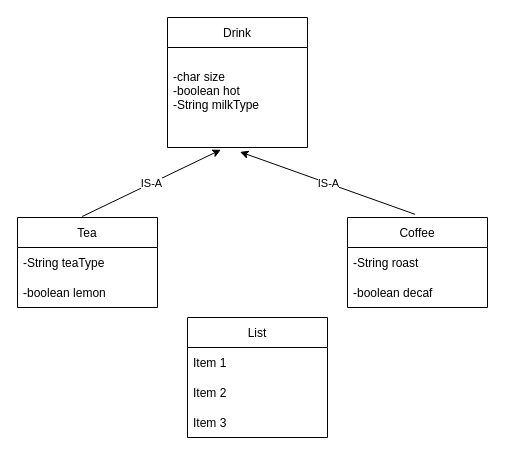
The draw.io diagram UMLDiagram.drawio in serenad96/Group-Project, before the edit. Source tidied: cells renumbered, new cells numbered last; positions are measured from the earlier drawing's top-left corner, leaving out a move shared by most shapes. Both pictures are drawn from the tidied source at 100%, with x=0, y=0 at pixel (17, 17).
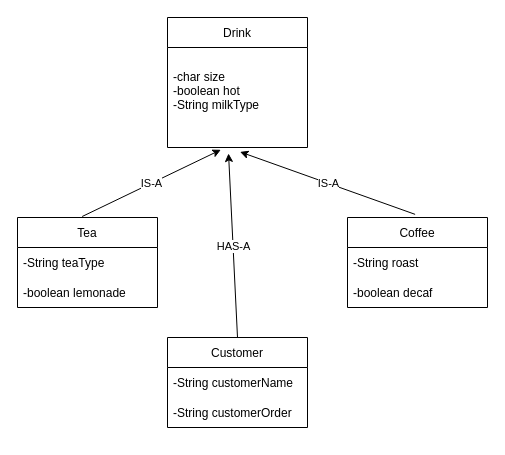
The same diagram, later.

The edit, as a diff of the source:
```diff
@@
 <mxGraphModel>
   <root>
     <mxCell id="0" />
     <mxCell id="1" parent="0" />
     <mxCell id="2" value="Drink" style="swimlane;fontStyle=0;horizontal=1;startSize=30;" parent="1" vertex="1">
       <mxGeometry x="150" width="140" height="130" as="geometry" />
     </mxCell>
     <mxCell id="3" value="-char size&#10;-boolean hot&#10;-String milkType&#10;" style="text;strokeColor=none;fillColor=none;align=left;verticalAlign=middle;spacingLeft=4;spacingRight=4;overflow=hidden;points=[[0,0.5],[1,0.5]];portConstraint=eastwest;" parent="2" vertex="1">
       <mxGeometry y="30" width="140" height="100" as="geometry" />
     </mxCell>
     <mxCell id="4" value="Tea" style="swimlane;fontStyle=0;horizontal=1;startSize=30;" parent="1" vertex="1">
       <mxGeometry y="200" width="140" height="90" as="geometry" />
     </mxCell>
     <mxCell id="5" value="-String teaType" style="text;strokeColor=none;fillColor=none;align=left;verticalAlign=middle;spacingLeft=4;spacingRight=4;overflow=hidden;" parent="4" vertex="1">
       <mxGeometry y="30" width="140" height="30" as="geometry" />
     </mxCell>
-    <mxCell id="6" value="-boolean lemon" style="text;strokeColor=none;fillColor=none;align=left;verticalAlign=middle;spacingLeft=4;spacingRight=4;overflow=hidden;" parent="4" vertex="1">
+    <mxCell id="6" value="-boolean lemonade" style="text;strokeColor=none;fillColor=none;align=left;verticalAlign=middle;spacingLeft=4;spacingRight=4;overflow=hidden;" parent="4" vertex="1">
       <mxGeometry y="60" width="140" height="30" as="geometry" />
     </mxCell>
     <mxCell id="7" value="IS-A" style="endArrow=classic;html=1;rounded=0;exitX=0.462;exitY=-0.011;exitDx=0;exitDy=0;exitPerimeter=0;entryX=0.381;entryY=1.023;entryDx=0;entryDy=0;entryPerimeter=0;" parent="1" edge="1" source="4" target="3">
       <mxGeometry relative="1" as="geometry" />
     </mxCell>
     <mxCell id="8" value="Coffee" style="swimlane;fontStyle=0;horizontal=1;startSize=30;" parent="1" vertex="1">
       <mxGeometry x="330" y="200" width="140" height="90" as="geometry" />
     </mxCell>
     <mxCell id="9" value="-String roast" style="text;strokeColor=none;fillColor=none;align=left;verticalAlign=middle;spacingLeft=4;spacingRight=4;overflow=hidden;" parent="8" vertex="1">
       <mxGeometry y="30" width="140" height="30" as="geometry" />
     </mxCell>
     <mxCell id="10" value="-boolean decaf" style="text;strokeColor=none;fillColor=none;align=left;verticalAlign=middle;spacingLeft=4;spacingRight=4;overflow=hidden;" parent="8" vertex="1">
       <mxGeometry y="60" width="140" height="30" as="geometry" />
     </mxCell>
     <mxCell id="11" style="endArrow=classic;html=1;rounded=0;exitX=0.483;exitY=-0.035;exitDx=0;exitDy=0;exitPerimeter=0;entryX=0.518;entryY=1.044;entryDx=0;entryDy=0;entryPerimeter=0;" parent="1" edge="1" source="8" target="3">
       <mxGeometry relative="1" as="geometry" />
     </mxCell>
     <mxCell id="12" value="IS-A" style="edgeLabel;html=1;align=center;verticalAlign=middle;" parent="11" vertex="1">
       <mxGeometry relative="1" as="geometry" />
     </mxCell>
-    <mxCell id="13" value="List" style="swimlane;fontStyle=0;horizontal=1;startSize=30;" parent="1" vertex="1">
-      <mxGeometry x="170" y="300" width="140" height="120" as="geometry" />
+    <mxCell id="13" value="Customer" style="swimlane;fontStyle=0;horizontal=1;startSize=30;" parent="1" vertex="1">
+      <mxGeometry x="150" y="320" width="140" height="90" as="geometry" />
     </mxCell>
-    <mxCell id="14" value="Item 1" style="text;strokeColor=none;fillColor=none;align=left;verticalAlign=middle;spacingLeft=4;spacingRight=4;overflow=hidden;" parent="13" vertex="1">
+    <mxCell id="14" value="-String customerName" style="text;strokeColor=none;fillColor=none;align=left;verticalAlign=middle;spacingLeft=4;spacingRight=4;overflow=hidden;" parent="13" vertex="1">
       <mxGeometry y="30" width="140" height="30" as="geometry" />
     </mxCell>
-    <mxCell id="15" value="Item 2" style="text;strokeColor=none;fillColor=none;align=left;verticalAlign=middle;spacingLeft=4;spacingRight=4;overflow=hidden;" parent="13" vertex="1">
+    <mxCell id="15" value="-String customerOrder" style="text;strokeColor=none;fillColor=none;align=left;verticalAlign=middle;spacingLeft=4;spacingRight=4;overflow=hidden;" parent="13" vertex="1">
       <mxGeometry y="60" width="140" height="30" as="geometry" />
     </mxCell>
-    <mxCell id="16" value="Item 3" style="text;strokeColor=none;fillColor=none;align=left;verticalAlign=middle;spacingLeft=4;spacingRight=4;overflow=hidden;" parent="13" vertex="1">
-      <mxGeometry y="90" width="140" height="30" as="geometry" />
-    </mxCell>
+    <mxCell id="17" style="endArrow=classic;html=1;rounded=0;entryX=0.436;entryY=1.06;entryDx=0;entryDy=0;entryPerimeter=0;exitX=0.5;exitY=0;exitDx=0;exitDy=0;" parent="1" edge="1" source="13" target="3">
+      <mxGeometry relative="1" as="geometry" />
+    </mxCell>
+    <mxCell id="18" value="HAS-A" style="edgeLabel;html=1;align=center;verticalAlign=middle;" parent="17" vertex="1">
+      <mxGeometry relative="1" as="geometry" />
+    </mxCell>
   </root>
 </mxGraphModel>
```
